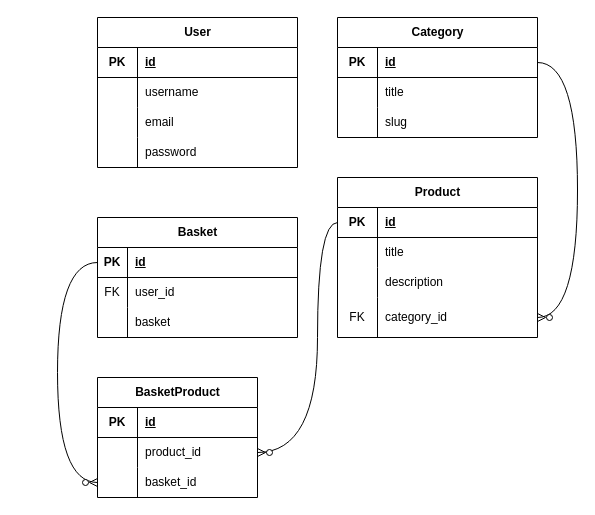
The draw.io diagram ER.drawio in on3ginnn/djangoReactDemo, before the edit. Source tidied: cells renumbered, new cells numbered last; positions are measured from the earlier drawing's top-left corner, leaving out a move shared by most shapes. Both pictures are drawn from the tidied source at 100%, with x=0, y=0 at pixel (57, 17).
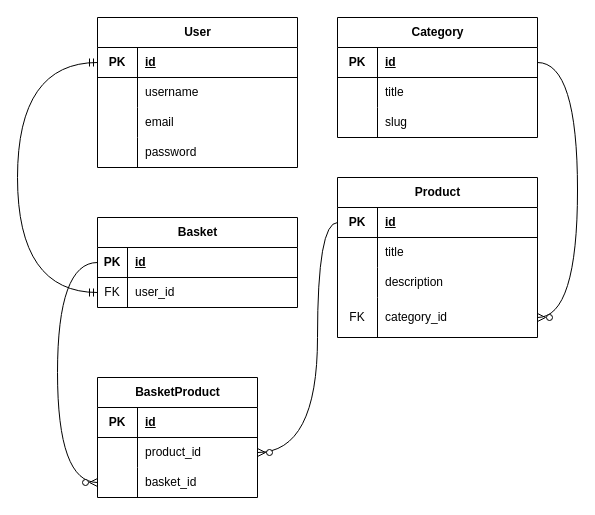
After the change.

The change refers to these unchanged cells:
```xml
<mxCell id="3" style="shape=tableRow;horizontal=0;startSize=0;swimlaneHead=0;swimlaneBody=0;fillColor=none;points=[[0,0.5],[1,0.5]];portConstraint=eastwest;top=0;left=0;right=0;bottom=1;" parent="2" vertex="1">
  <mxGeometry y="30" width="200" height="30" as="geometry" />
</mxCell>
<mxCell id="43" style="shape=tableRow;horizontal=0;startSize=0;swimlaneHead=0;swimlaneBody=0;fillColor=none;points=[[0,0.5],[1,0.5]];portConstraint=eastwest;top=0;left=0;right=0;bottom=0;" parent="39" vertex="1">
  <mxGeometry y="60" width="200" height="30" as="geometry" />
</mxCell>
```

The edit, as a diff of the source:
```diff
@@
     <mxCell id="39" value="Basket" style="shape=table;startSize=30;childLayout=tableLayout;rowLines=0;fontStyle=1;align=center;html=1;" parent="1" vertex="1">
-      <mxGeometry x="40" y="200" width="200" height="120" as="geometry" />
+      <mxGeometry x="40" y="200" width="200" height="90" as="geometry" />
     </mxCell>
@@
-    <mxCell id="46" style="shape=tableRow;horizontal=0;startSize=0;swimlaneHead=0;swimlaneBody=0;fillColor=none;top=0;left=0;right=0;bottom=0;" parent="39" vertex="1">
-      <mxGeometry y="90" width="200" height="30" as="geometry" />
-    </mxCell>
-    <mxCell id="47" style="shape=partialRectangle;fillColor=none;top=0;left=0;bottom=0;right=0;overflow=hidden;whiteSpace=wrap;html=1;" parent="46" vertex="1">
-      <mxGeometry width="30" height="30" as="geometry" />
-    </mxCell>
-    <mxCell id="48" value="basket" style="shape=partialRectangle;fillColor=none;top=0;left=0;bottom=0;right=0;align=left;spacingLeft=6;overflow=hidden;whiteSpace=wrap;html=1;" parent="46" vertex="1">
-      <mxGeometry x="30" width="170" height="30" as="geometry" />
-    </mxCell>
@@
+    <mxCell id="61" style="edgeStyle=orthogonalEdgeStyle;fontSize=12;html=1;endArrow=ERmandOne;startArrow=ERmandOne;rounded=0;entryX=0;entryY=0.5;entryDx=0;entryDy=0;exitX=0;exitY=0.5;exitDx=0;exitDy=0;curved=1;" parent="1" edge="1" source="43" target="3">
+      <mxGeometry relative="1" as="geometry">
+        <Array as="points">
+          <mxPoint x="-40" y="275" />
+          <mxPoint x="-40" y="45" />
+        </Array>
+      </mxGeometry>
+    </mxCell>
```
